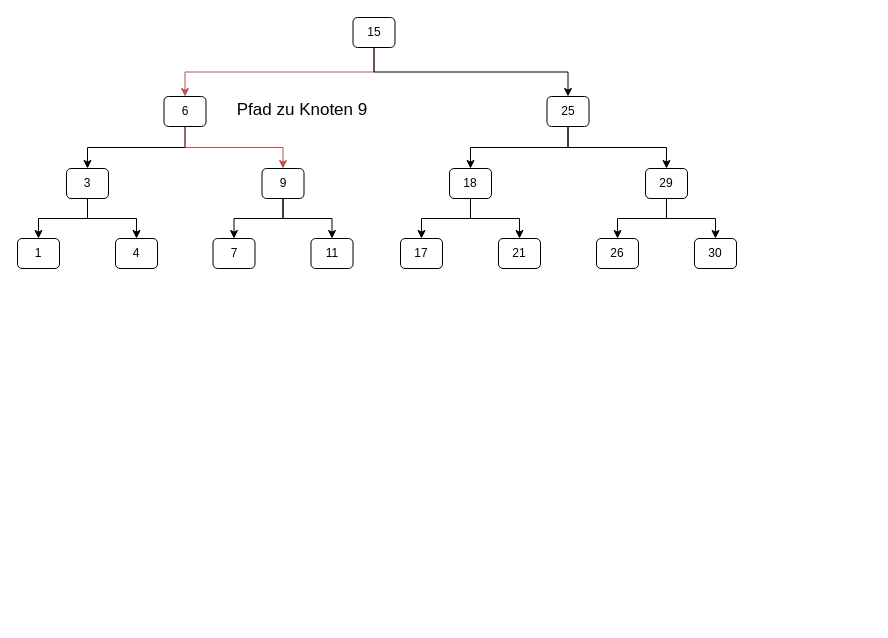
Earlier version of the draw.io diagram page "Page-2" (2 of 3) of Baum.drawio (JoernWVSG/diagram). Source tidied: cells renumbered, new cells numbered last; positions are measured from the earlier drawing's top-left corner, leaving out a move shared by most shapes. Both pictures are drawn from the tidied source at 100%, with x=0, y=0 at pixel (17, 17).
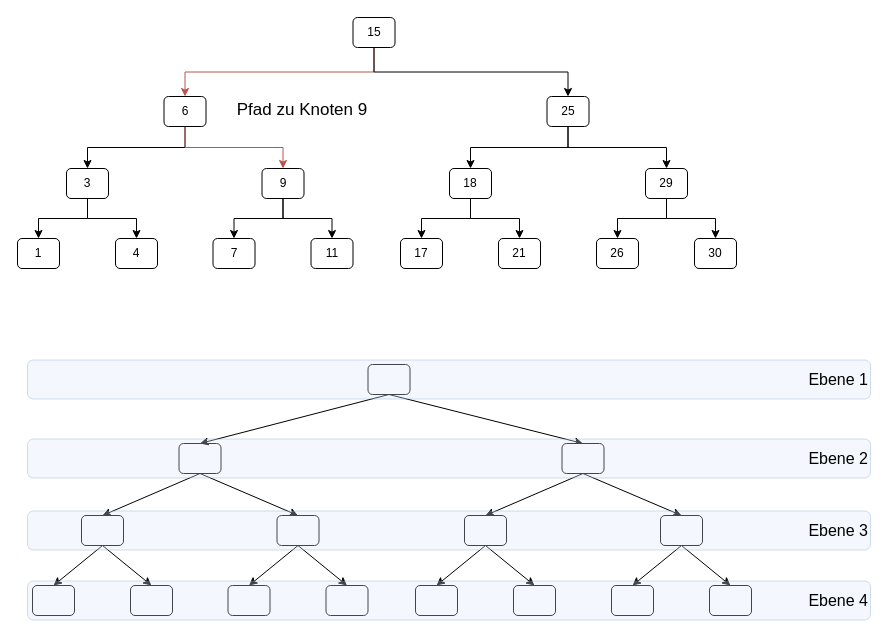
The same diagram, later.

Diff of the diagram source:
```diff
@@
+    <mxCell id="32" style="rounded=1;whiteSpace=wrap;html=1;" parent="1" vertex="1">
+      <mxGeometry x="15" y="568" width="42" height="30" as="geometry" />
+    </mxCell>
+    <mxCell id="33" style="edgeStyle=none;rounded=0;jettySize=auto;html=1;exitX=0.5;exitY=1;exitDx=0;exitDy=0;entryX=0.5;entryY=0;entryDx=0;entryDy=0;" parent="1" edge="1" source="35" target="32">
+      <mxGeometry relative="1" as="geometry" />
+    </mxCell>
+    <mxCell id="34" style="edgeStyle=none;rounded=0;jettySize=auto;html=1;exitX=0.5;exitY=1;exitDx=0;exitDy=0;entryX=0.5;entryY=0;entryDx=0;entryDy=0;" parent="1" edge="1" source="35" target="36">
+      <mxGeometry relative="1" as="geometry" />
+    </mxCell>
+    <mxCell id="35" style="rounded=1;whiteSpace=wrap;html=1;" parent="1" vertex="1">
+      <mxGeometry x="64" y="498" width="42" height="30" as="geometry" />
+    </mxCell>
+    <mxCell id="36" style="rounded=1;whiteSpace=wrap;html=1;" parent="1" vertex="1">
+      <mxGeometry x="113" y="568" width="42" height="30" as="geometry" />
+    </mxCell>
+    <mxCell id="37" style="edgeStyle=none;rounded=0;jettySize=auto;html=1;exitX=0.5;exitY=1;exitDx=0;exitDy=0;entryX=0.5;entryY=0;entryDx=0;entryDy=0;" parent="1" edge="1" source="39" target="35">
+      <mxGeometry relative="1" as="geometry" />
+    </mxCell>
+    <mxCell id="38" style="edgeStyle=none;rounded=0;jettySize=auto;html=1;exitX=0.5;exitY=1;exitDx=0;exitDy=0;entryX=0.5;entryY=0;entryDx=0;entryDy=0;" parent="1" edge="1" source="39" target="43">
+      <mxGeometry relative="1" as="geometry" />
+    </mxCell>
+    <mxCell id="39" style="rounded=1;whiteSpace=wrap;html=1;" parent="1" vertex="1">
+      <mxGeometry x="161.5" y="426" width="42" height="30" as="geometry" />
+    </mxCell>
+    <mxCell id="40" style="rounded=1;whiteSpace=wrap;html=1;" parent="1" vertex="1">
+      <mxGeometry x="210.5" y="568" width="42" height="30" as="geometry" />
+    </mxCell>
+    <mxCell id="41" style="edgeStyle=none;rounded=0;jettySize=auto;html=1;exitX=0.5;exitY=1;exitDx=0;exitDy=0;entryX=0.5;entryY=0;entryDx=0;entryDy=0;" parent="1" edge="1" source="43" target="40">
+      <mxGeometry relative="1" as="geometry" />
+    </mxCell>
+    <mxCell id="42" style="edgeStyle=none;rounded=0;jettySize=auto;html=1;exitX=0.5;exitY=1;exitDx=0;exitDy=0;entryX=0.5;entryY=0;entryDx=0;entryDy=0;" parent="1" edge="1" source="43" target="44">
+      <mxGeometry relative="1" as="geometry" />
+    </mxCell>
+    <mxCell id="43" style="rounded=1;whiteSpace=wrap;html=1;" parent="1" vertex="1">
+      <mxGeometry x="259.5" y="498" width="42" height="30" as="geometry" />
+    </mxCell>
+    <mxCell id="44" style="rounded=1;whiteSpace=wrap;html=1;" parent="1" vertex="1">
+      <mxGeometry x="308.5" y="568" width="42" height="30" as="geometry" />
+    </mxCell>
+    <mxCell id="45" style="rounded=0;jettySize=auto;html=1;exitX=0.5;exitY=1;exitDx=0;exitDy=0;entryX=0.5;entryY=0;entryDx=0;entryDy=0;" parent="1" edge="1" source="47" target="39">
+      <mxGeometry relative="1" as="geometry" />
+    </mxCell>
+    <mxCell id="46" style="edgeStyle=none;rounded=0;jettySize=auto;html=1;exitX=0.5;exitY=1;exitDx=0;exitDy=0;entryX=0.5;entryY=0;entryDx=0;entryDy=0;" parent="1" edge="1" source="47" target="55">
+      <mxGeometry relative="1" as="geometry" />
+    </mxCell>
+    <mxCell id="47" style="rounded=1;whiteSpace=wrap;html=1;" parent="1" vertex="1">
+      <mxGeometry x="350.5" y="347" width="42" height="30" as="geometry" />
+    </mxCell>
+    <mxCell id="48" style="rounded=1;whiteSpace=wrap;html=1;" parent="1" vertex="1">
+      <mxGeometry x="398" y="568" width="42" height="30" as="geometry" />
+    </mxCell>
+    <mxCell id="49" style="edgeStyle=none;rounded=0;jettySize=auto;html=1;exitX=0.5;exitY=1;exitDx=0;exitDy=0;entryX=0.5;entryY=0;entryDx=0;entryDy=0;" parent="1" edge="1" source="51" target="48">
+      <mxGeometry relative="1" as="geometry" />
+    </mxCell>
+    <mxCell id="50" style="edgeStyle=none;rounded=0;jettySize=auto;html=1;exitX=0.5;exitY=1;exitDx=0;exitDy=0;entryX=0.5;entryY=0;entryDx=0;entryDy=0;" parent="1" edge="1" source="51" target="52">
+      <mxGeometry relative="1" as="geometry" />
+    </mxCell>
+    <mxCell id="51" style="rounded=1;whiteSpace=wrap;html=1;" parent="1" vertex="1">
+      <mxGeometry x="447" y="498" width="42" height="30" as="geometry" />
+    </mxCell>
+    <mxCell id="52" style="rounded=1;whiteSpace=wrap;html=1;" parent="1" vertex="1">
+      <mxGeometry x="496" y="568" width="42" height="30" as="geometry" />
+    </mxCell>
+    <mxCell id="53" style="edgeStyle=none;rounded=0;jettySize=auto;html=1;exitX=0.5;exitY=1;exitDx=0;exitDy=0;entryX=0.5;entryY=0;entryDx=0;entryDy=0;" parent="1" edge="1" source="55" target="51">
+      <mxGeometry relative="1" as="geometry" />
+    </mxCell>
+    <mxCell id="54" style="edgeStyle=none;rounded=0;jettySize=auto;html=1;exitX=0.5;exitY=1;exitDx=0;exitDy=0;entryX=0.5;entryY=0;entryDx=0;entryDy=0;" parent="1" edge="1" source="55" target="59">
+      <mxGeometry relative="1" as="geometry" />
+    </mxCell>
+    <mxCell id="55" style="rounded=1;whiteSpace=wrap;html=1;" parent="1" vertex="1">
+      <mxGeometry x="544.5" y="426" width="42" height="30" as="geometry" />
+    </mxCell>
+    <mxCell id="56" style="rounded=1;whiteSpace=wrap;html=1;" parent="1" vertex="1">
+      <mxGeometry x="594" y="568" width="42" height="30" as="geometry" />
+    </mxCell>
+    <mxCell id="57" style="edgeStyle=none;rounded=0;jettySize=auto;html=1;exitX=0.5;exitY=1;exitDx=0;exitDy=0;entryX=0.5;entryY=0;entryDx=0;entryDy=0;" parent="1" edge="1" source="59" target="60">
+      <mxGeometry relative="1" as="geometry" />
+    </mxCell>
+    <mxCell id="58" style="edgeStyle=none;rounded=0;jettySize=auto;html=1;exitX=0.5;exitY=1;exitDx=0;exitDy=0;entryX=0.5;entryY=0;entryDx=0;entryDy=0;" parent="1" edge="1" source="59" target="56">
+      <mxGeometry relative="1" as="geometry" />
+    </mxCell>
+    <mxCell id="59" style="rounded=1;whiteSpace=wrap;html=1;" parent="1" vertex="1">
+      <mxGeometry x="643" y="498" width="42" height="30" as="geometry" />
+    </mxCell>
+    <mxCell id="60" style="rounded=1;whiteSpace=wrap;html=1;" parent="1" vertex="1">
+      <mxGeometry x="692" y="568" width="42" height="30" as="geometry" />
+    </mxCell>
+    <mxCell id="61" value="&lt;font style=&quot;font-size: 16px&quot;&gt;Ebene 4&lt;/font&gt;" style="rounded=1;whiteSpace=wrap;html=1;fillColor=#dae8fc;strokeColor=#6c8ebf;opacity=30;align=right;" parent="1" vertex="1">
+      <mxGeometry x="10" y="563.5" width="843" height="39" as="geometry" />
+    </mxCell>
+    <mxCell id="62" value="&lt;font style=&quot;font-size: 16px&quot;&gt;Ebene 3&lt;/font&gt;" style="rounded=1;whiteSpace=wrap;html=1;fillColor=#dae8fc;strokeColor=#6c8ebf;opacity=30;align=right;" parent="1" vertex="1">
+      <mxGeometry x="10" y="493.5" width="843" height="39" as="geometry" />
+    </mxCell>
+    <mxCell id="63" value="&lt;font style=&quot;font-size: 16px&quot;&gt;Ebene 2&lt;/font&gt;" style="rounded=1;whiteSpace=wrap;html=1;fillColor=#dae8fc;strokeColor=#6c8ebf;opacity=30;align=right;" parent="1" vertex="1">
+      <mxGeometry x="10" y="421.5" width="843" height="39" as="geometry" />
+    </mxCell>
+    <mxCell id="64" value="&lt;font style=&quot;font-size: 16px&quot;&gt;Ebene 1&lt;/font&gt;" style="rounded=1;whiteSpace=wrap;html=1;fillColor=#dae8fc;strokeColor=#6c8ebf;opacity=30;align=right;" parent="1" vertex="1">
+      <mxGeometry x="10" y="342.5" width="843" height="39" as="geometry" />
+    </mxCell>
```
